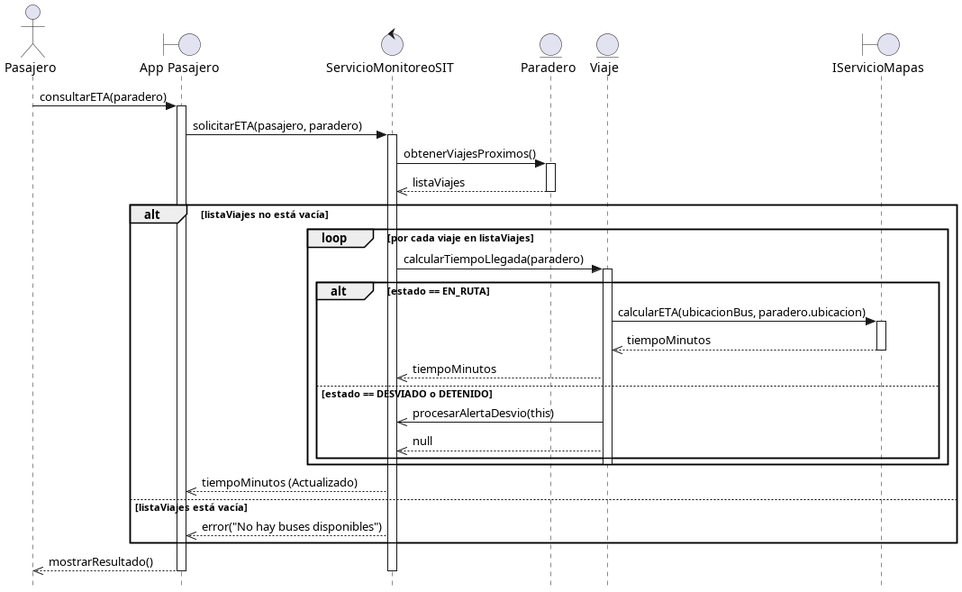
This is docs/design/img/secuencia-consultar-tiempo.png from AndersonLinoArceValencia/cs-2026b-lab04-grupo06, a PlantUML export, as it was before one commit. The source it was exported from:
```plantuml
@startuml
skinparam style strictuml

actor Pasajero
boundary "App Pasajero" as UI
control ServicioMonitoreoSIT
entity Paradero
entity Viaje
boundary IServicioMapas

Pasajero -> UI : consultarETA(paradero)
activate UI

UI -> ServicioMonitoreoSIT : solicitarETA(pasajero, paradero)
activate ServicioMonitoreoSIT

ServicioMonitoreoSIT -> Paradero : obtenerViajesProximos()
activate Paradero
Paradero -->> ServicioMonitoreoSIT : listaViajes
deactivate Paradero

alt listaViajes no está vacía
    loop por cada viaje en listaViajes
        ServicioMonitoreoSIT -> Viaje : calcularTiempoLlegada(paradero)
        activate Viaje

        alt estado == EN_RUTA
            Viaje -> IServicioMapas : calcularETA(ubicacionBus, paradero.ubicacion)
            activate IServicioMapas
            IServicioMapas -->> Viaje : tiempoMinutos
            deactivate IServicioMapas
            Viaje -->> ServicioMonitoreoSIT : tiempoMinutos
        else estado == DESVIADO o DETENIDO
            Viaje ->> ServicioMonitoreoSIT : procesarAlertaDesvio(this)
            Viaje -->> ServicioMonitoreoSIT : null
        end
        deactivate Viaje
    end
    ServicioMonitoreoSIT -->> UI : tiempoMinutos (Actualizado)
else listaViajes está vacía
    ServicioMonitoreoSIT -->> UI : error("No hay buses disponibles")
end

UI -->> Pasajero : mostrarResultado()
deactivate ServicioMonitoreoSIT
deactivate UI

@enduml
```
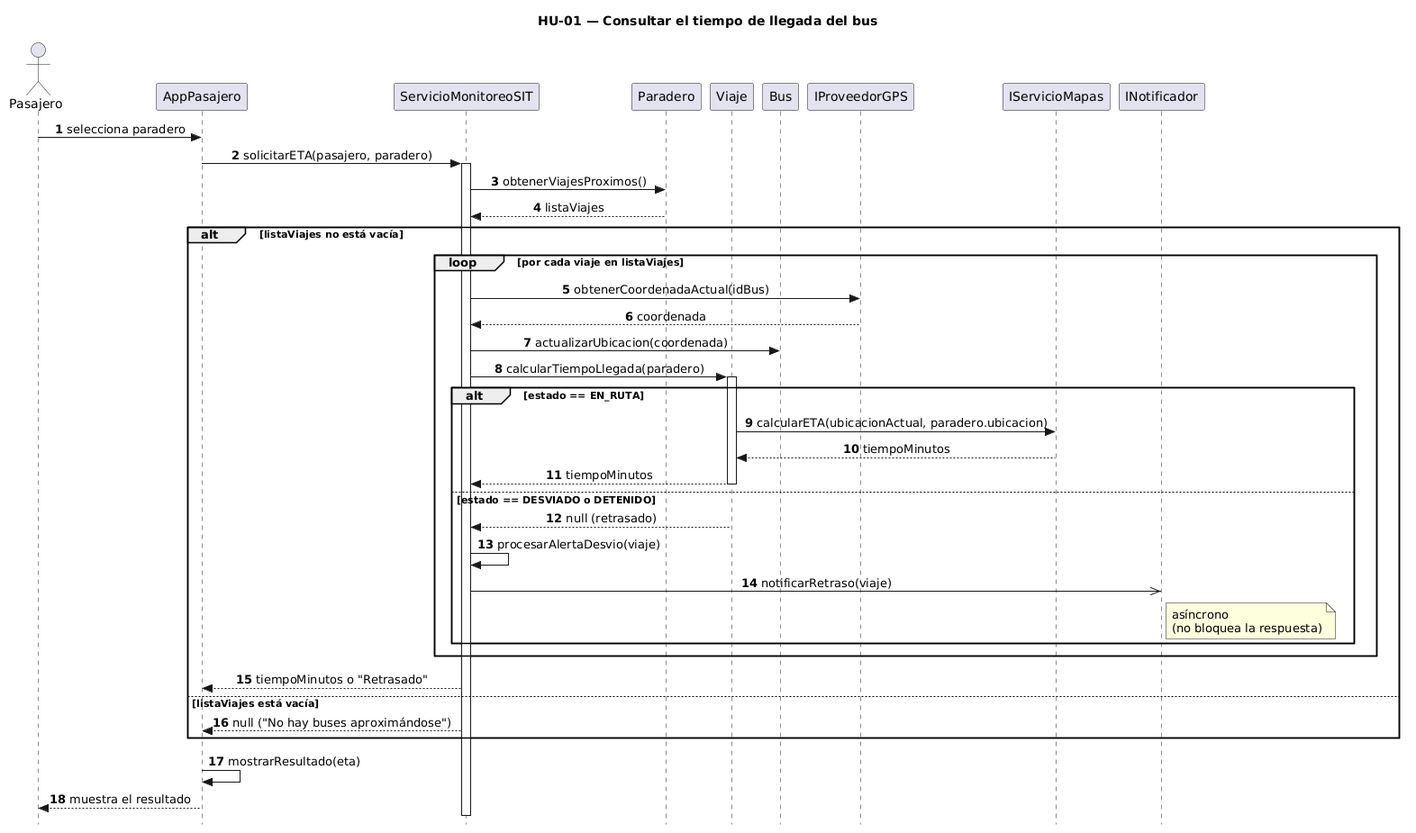
The same diagram one commit later.

Commit message:
fix: corregir diagramas de clases, secuencia y estados segun reglas C1-C3

Change to the diagram source:
```diff
@@ -1,48 +1,53 @@
 @startuml
 skinparam style strictuml
+skinparam shadowing false
+skinparam sequenceMessageAlign center
+autonumber
+title HU-01 — Consultar el tiempo de llegada del bus
 
 actor Pasajero
-boundary "App Pasajero" as UI
-control ServicioMonitoreoSIT
-entity Paradero
-entity Viaje
-boundary IServicioMapas
+participant "AppPasajero" as UI
+participant "ServicioMonitoreoSIT" as S
+participant "Paradero" as P
+participant "Viaje" as V
+participant "Bus" as B
+participant "IProveedorGPS" as G
+participant "IServicioMapas" as M
+participant "INotificador" as N
 
-Pasajero -> UI : consultarETA(paradero)
-activate UI
+Pasajero -> UI : selecciona paradero
+UI -> S : solicitarETA(pasajero, paradero)
+activate S
 
-UI -> ServicioMonitoreoSIT : solicitarETA(pasajero, paradero)
-activate ServicioMonitoreoSIT
-
-ServicioMonitoreoSIT -> Paradero : obtenerViajesProximos()
-activate Paradero
-Paradero -->> ServicioMonitoreoSIT : listaViajes
-deactivate Paradero
+S -> P : obtenerViajesProximos()
+P --> S : listaViajes
 
 alt listaViajes no está vacía
     loop por cada viaje en listaViajes
-        ServicioMonitoreoSIT -> Viaje : calcularTiempoLlegada(paradero)
-        activate Viaje
-
+        S -> G : obtenerCoordenadaActual(idBus)
+        G --> S : coordenada
+        S -> B : actualizarUbicacion(coordenada)
+        S -> V : calcularTiempoLlegada(paradero)
+        activate V
         alt estado == EN_RUTA
-            Viaje -> IServicioMapas : calcularETA(ubicacionBus, paradero.ubicacion)
-            activate IServicioMapas
-            IServicioMapas -->> Viaje : tiempoMinutos
-            deactivate IServicioMapas
-            Viaje -->> ServicioMonitoreoSIT : tiempoMinutos
+            V -> M : calcularETA(ubicacionActual, paradero.ubicacion)
+            M --> V : tiempoMinutos
+            V --> S : tiempoMinutos
+            deactivate V
         else estado == DESVIADO o DETENIDO
-            Viaje ->> ServicioMonitoreoSIT : procesarAlertaDesvio(this)
-            Viaje -->> ServicioMonitoreoSIT : null
+            V --> S : null (retrasado)
+            deactivate V
+            S -> S : procesarAlertaDesvio(viaje)
+            S ->> N : notificarRetraso(viaje)
+            note right of N : asíncrono\n(no bloquea la respuesta)
         end
-        deactivate Viaje
     end
-    ServicioMonitoreoSIT -->> UI : tiempoMinutos (Actualizado)
+    S --> UI : tiempoMinutos o "Retrasado"
 else listaViajes está vacía
-    ServicioMonitoreoSIT -->> UI : error("No hay buses disponibles")
+    S --> UI : null ("No hay buses aproximándose")
 end
 
-UI -->> Pasajero : mostrarResultado()
-deactivate ServicioMonitoreoSIT
-deactivate UI
-
+UI -> UI : mostrarResultado(eta)
+UI --> Pasajero : muestra el resultado
+deactivate S
 @enduml
```
